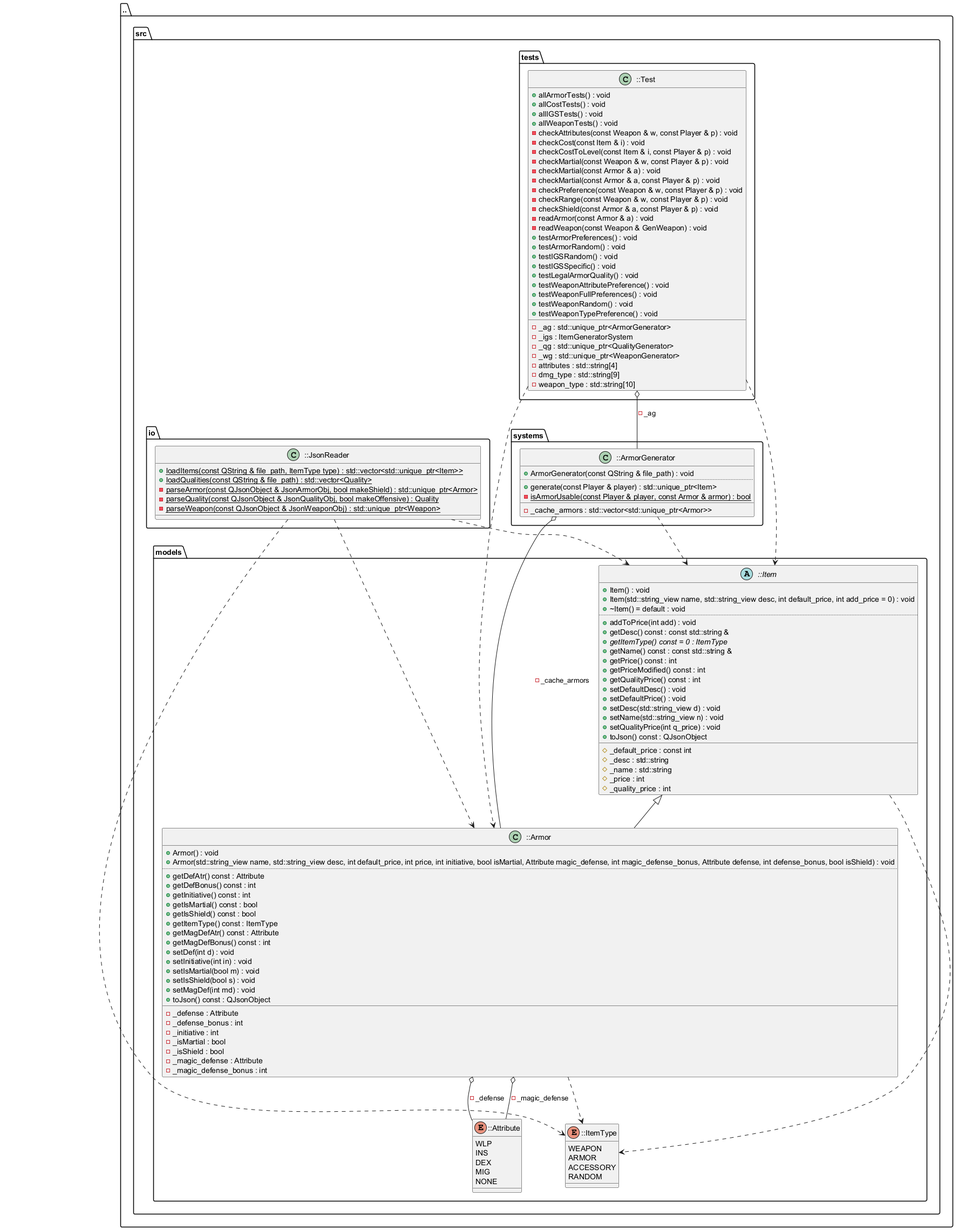
Above: docs/diagrams/Armor_diagram.png in FasolowySpioch/faubla-ultima-item-generator (PlantUML), before the change. Source of this version:
```plantuml
@startuml
package [..] as C_0016431317663134048372 {
package [src] as C_0010634688166860467214 {
package [models] as C_0001626712604113445200 {
enum "::ItemType" as C_0009506588567340924694
enum C_0009506588567340924694 {
WEAPON
ARMOR
ACCESSORY
RANDOM
}
abstract "::Item" as C_0005967165952864249862
abstract C_0005967165952864249862 {
+Item() : void
+Item(std::string_view name, std::string_view desc, int default_price, int add_price = 0) : void
+~Item() = default : void
..
+addToPrice(int add) : void
+getDesc() const : const std::string &
{abstract} +getItemType() const = 0 : ItemType
+getName() const : const std::string &
+getPrice() const : int
+getPriceModified() const : int
+getQualityPrice() const : int
+setDefaultDesc() : void
+setDefaultPrice() : void
+setDesc(std::string_view d) : void
+setName(std::string_view n) : void
+setQualityPrice(int q_price) : void
+toJson() const : QJsonObject
__
#_default_price : const int
#_desc : std::string
#_name : std::string
#_price : int
#_quality_price : int
}
enum "::Attribute" as C_0013522169845410927695
enum C_0013522169845410927695 {
WLP
INS
DEX
MIG
NONE
}
class "::Armor" as C_0017091837617986840564
class C_0017091837617986840564 {
+Armor() : void
+Armor(std::string_view name, std::string_view desc, int default_price, int price, int initiative, bool isMartial, Attribute magic_defense, int magic_defense_bonus, Attribute defense, int defense_bonus, bool isShield) : void
..
+getDefAtr() const : Attribute
+getDefBonus() const : int
+getInitiative() const : int
+getIsMartial() const : bool
+getIsShield() const : bool
+getItemType() const : ItemType
+getMagDefAtr() const : Attribute
+getMagDefBonus() const : int
+setDef(int d) : void
+setInitiative(int in) : void
+setIsMartial(bool m) : void
+setIsShield(bool s) : void
+setMagDef(int md) : void
+toJson() const : QJsonObject
__
-_defense : Attribute
-_defense_bonus : int
-_initiative : int
-_isMartial : bool
-_isShield : bool
-_magic_defense : Attribute
-_magic_defense_bonus : int
}
}
package [io] as C_0016395333381226012294 {
class "::JsonReader" as C_0002948440278719519756
class C_0002948440278719519756 {
{static} +loadItems(const QString & file_path, ItemType type) : std::vector<std::unique_ptr<Item>>
{static} +loadQualities(const QString & file_path) : std::vector<Quality>
{static} -parseArmor(const QJsonObject & JsonArmorObj, bool makeShield) : std::unique_ptr<Armor>
{static} -parseQuality(const QJsonObject & JsonQualityObj, bool makeOffensive) : Quality
{static} -parseWeapon(const QJsonObject & JsonWeaponObj) : std::unique_ptr<Weapon>
__
}
}
package [systems] as C_0016692703261607978348 {
class "::ArmorGenerator" as C_0005567866987455504025
class C_0005567866987455504025 {
+ArmorGenerator(const QString & file_path) : void
..
+generate(const Player & player) : std::unique_ptr<Item>
{static} -isArmorUsable(const Player & player, const Armor & armor) : bool
__
-_cache_armors : std::vector<std::unique_ptr<Armor>>
}
}
package [tests] as C_0009102687024667839383 {
class "::Test" as C_0002626979548338364165
class C_0002626979548338364165 {
+allArmorTests() : void
+allCostTests() : void
+allIGSTests() : void
+allWeaponTests() : void
-checkAttributes(const Weapon & w, const Player & p) : void
-checkCost(const Item & i) : void
-checkCostToLevel(const Item & i, const Player & p) : void
-checkMartial(const Weapon & w, const Player & p) : void
-checkMartial(const Armor & a) : void
-checkMartial(const Armor & a, const Player & p) : void
-checkPreference(const Weapon & w, const Player & p) : void
-checkRange(const Weapon & w, const Player & p) : void
-checkShield(const Armor & a, const Player & p) : void
-readArmor(const Armor & a) : void
-readWeapon(const Weapon & GenWeapon) : void
+testArmorPreferences() : void
+testArmorRandom() : void
+testIGSRandom() : void
+testIGSSpecific() : void
+testLegalArmorQuality() : void
+testWeaponAttributePreference() : void
+testWeaponFullPreferences() : void
+testWeaponRandom() : void
+testWeaponTypePreference() : void
__
-_ag : std::unique_ptr<ArmorGenerator>
-_igs : ItemGeneratorSystem
-_qg : std::unique_ptr<QualityGenerator>
-_wg : std::unique_ptr<WeaponGenerator>
-attributes : std::string[4]
-dmg_type : std::string[9]
-weapon_type : std::string[10]
}
}
}
}
C_0005967165952864249862 ..> C_0009506588567340924694
C_0017091837617986840564 ..> C_0009506588567340924694
C_0017091837617986840564 o-- C_0013522169845410927695 : -_magic_defense
C_0017091837617986840564 o-- C_0013522169845410927695 : -_defense
C_0005967165952864249862 <|-- C_0017091837617986840564
C_0002948440278719519756 ..> C_0017091837617986840564
C_0002948440278719519756 ..> C_0009506588567340924694
C_0002948440278719519756 ..> C_0005967165952864249862
C_0005567866987455504025 ..> C_0005967165952864249862
C_0005567866987455504025 o-- C_0017091837617986840564 : -_cache_armors
C_0002626979548338364165 ..> C_0005967165952864249862
C_0002626979548338364165 ..> C_0017091837617986840564
C_0002626979548338364165 o-- C_0005567866987455504025 : -_ag

@enduml
```
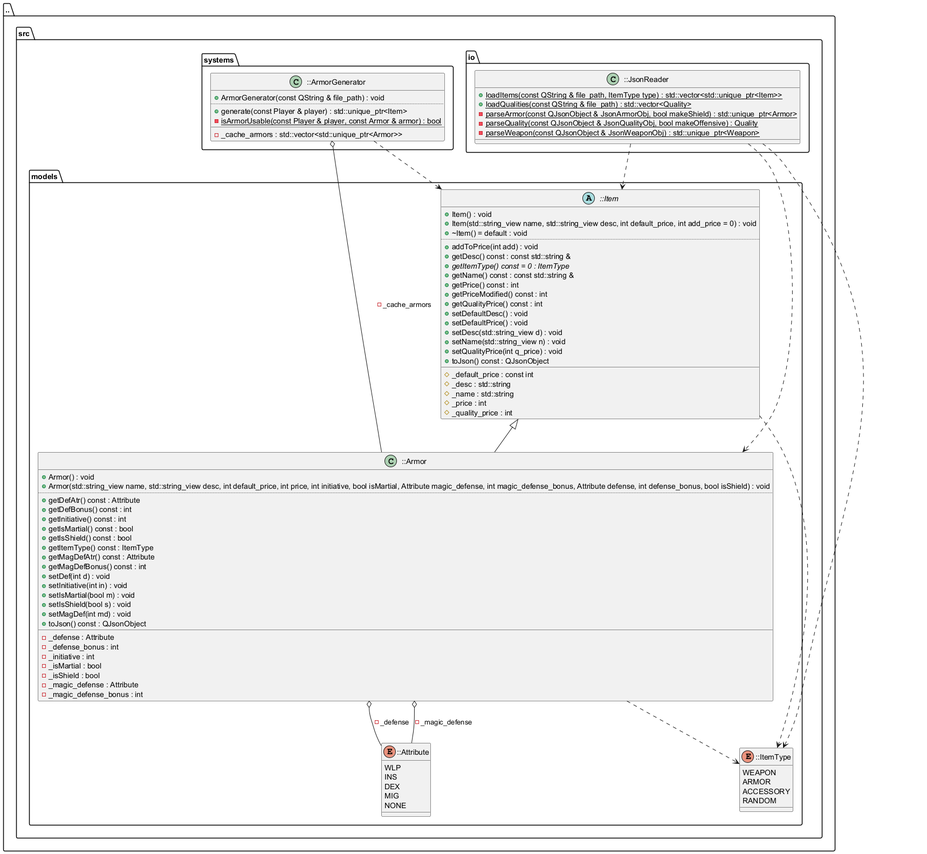
Later version of the same file.

The edit, as a diff of the source:
```diff
@@ -94,43 +94,6 @@
 -_cache_armors : std::vector<std::unique_ptr<Armor>>
 }
 }
-package [tests] as C_0009102687024667839383 {
-class "::Test" as C_0002626979548338364165
-class C_0002626979548338364165 {
-+allArmorTests() : void
-+allCostTests() : void
-+allIGSTests() : void
-+allWeaponTests() : void
--checkAttributes(const Weapon & w, const Player & p) : void
--checkCost(const Item & i) : void
--checkCostToLevel(const Item & i, const Player & p) : void
--checkMartial(const Weapon & w, const Player & p) : void
--checkMartial(const Armor & a) : void
--checkMartial(const Armor & a, const Player & p) : void
--checkPreference(const Weapon & w, const Player & p) : void
--checkRange(const Weapon & w, const Player & p) : void
--checkShield(const Armor & a, const Player & p) : void
--readArmor(const Armor & a) : void
--readWeapon(const Weapon & GenWeapon) : void
-+testArmorPreferences() : void
-+testArmorRandom() : void
-+testIGSRandom() : void
-+testIGSSpecific() : void
-+testLegalArmorQuality() : void
-+testWeaponAttributePreference() : void
-+testWeaponFullPreferences() : void
-+testWeaponRandom() : void
-+testWeaponTypePreference() : void
-__
--_ag : std::unique_ptr<ArmorGenerator>
--_igs : ItemGeneratorSystem
--_qg : std::unique_ptr<QualityGenerator>
--_wg : std::unique_ptr<WeaponGenerator>
--attributes : std::string[4]
--dmg_type : std::string[9]
--weapon_type : std::string[10]
-}
-}
 }
 }
 C_0005967165952864249862 ..> C_0009506588567340924694
@@ -143,8 +106,5 @@
 C_0002948440278719519756 ..> C_0005967165952864249862
 C_0005567866987455504025 ..> C_0005967165952864249862
 C_0005567866987455504025 o-- C_0017091837617986840564 : -_cache_armors
-C_0002626979548338364165 ..> C_0005967165952864249862
-C_0002626979548338364165 ..> C_0017091837617986840564
-C_0002626979548338364165 o-- C_0005567866987455504025 : -_ag
 
 @enduml
```
